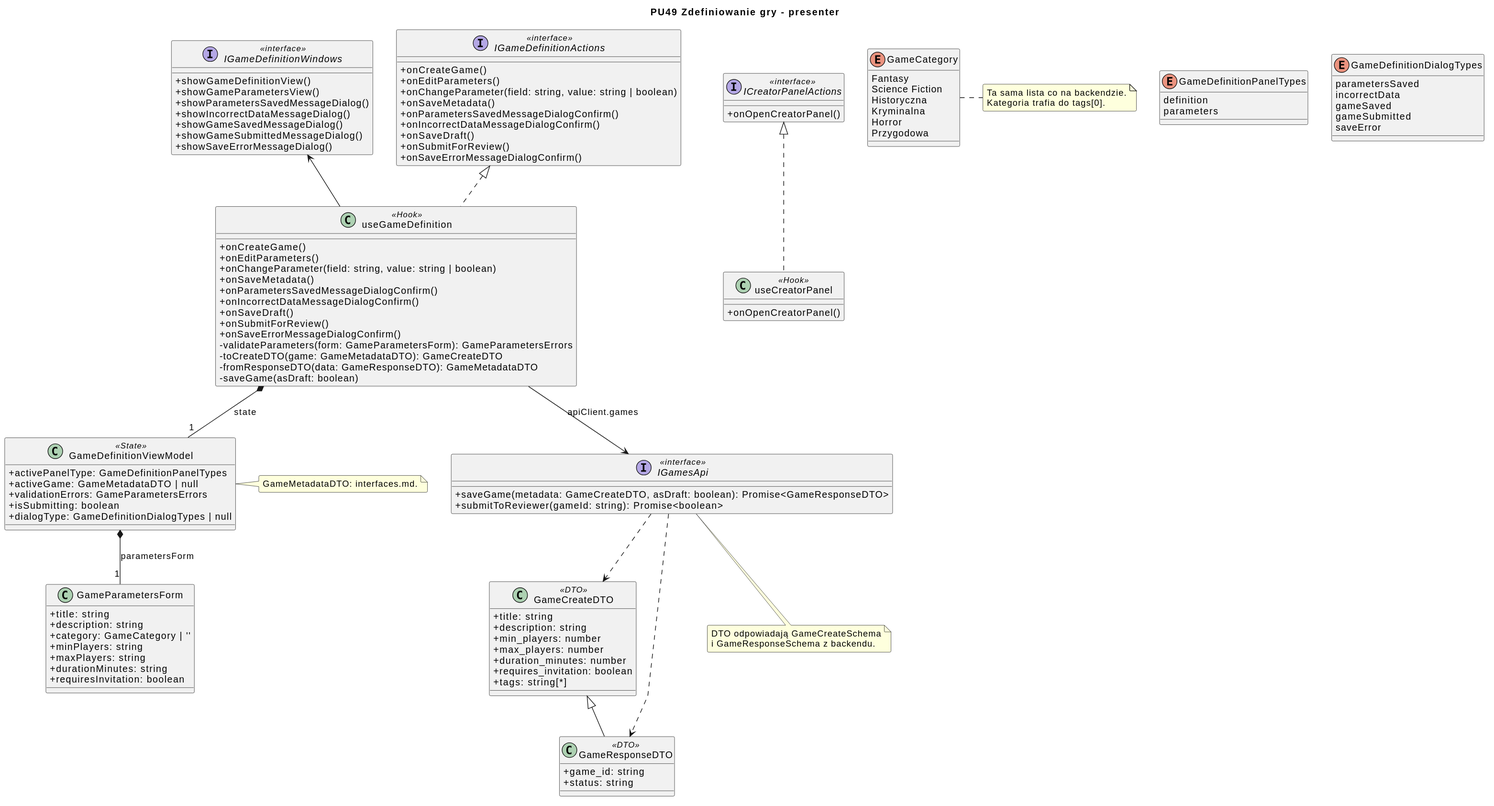
This is diagrams/frontend/rendered/game-definition-presenter.svg from Igor-Ochocki/POP-2026Z, a PlantUML export, as it was before one commit.
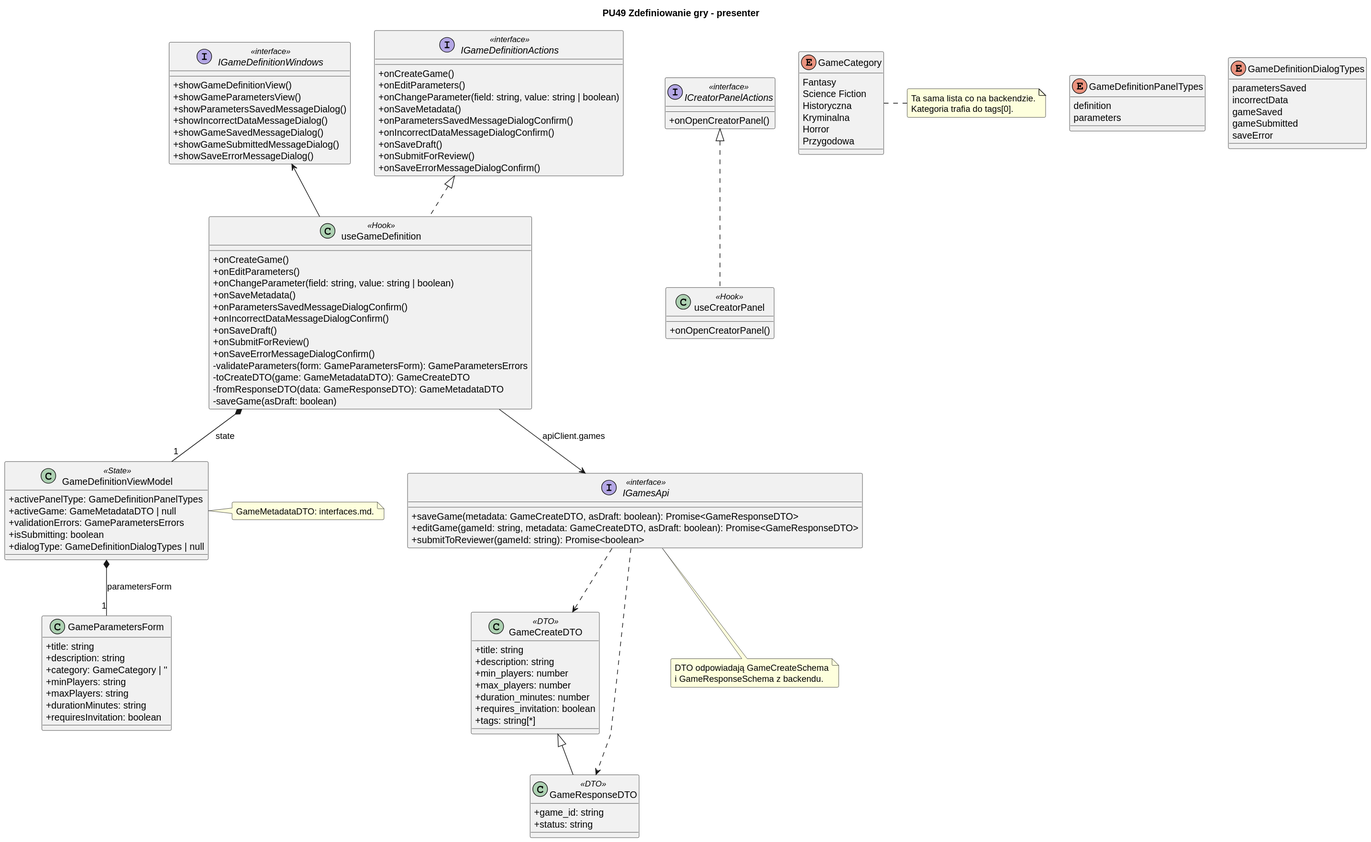
The same diagram one commit later.

The edit, as a diff of the source:
```diff
@@ -55,6 +55,7 @@
 
 interface IGamesApi <<interface>> {
     + saveGame(metadata: GameCreateDTO, asDraft: boolean): Promise<GameResponseDTO>
+    + editGame(gameId: string, metadata: GameCreateDTO, asDraft: boolean): Promise<GameResponseDTO>
     + submitToReviewer(gameId: string): Promise<boolean>
 }
 
```
